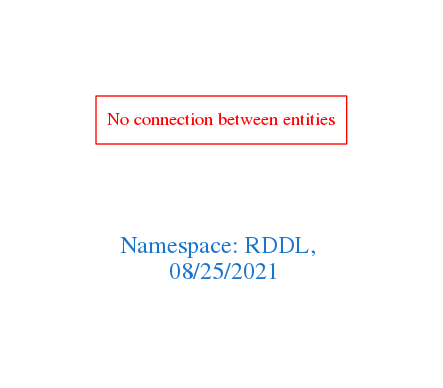
This is downloads/RDDL.png from arago/OGIT, a Graphviz export, as it was before one commit. Its source is kept beside it as downloads/RDDL.dot.
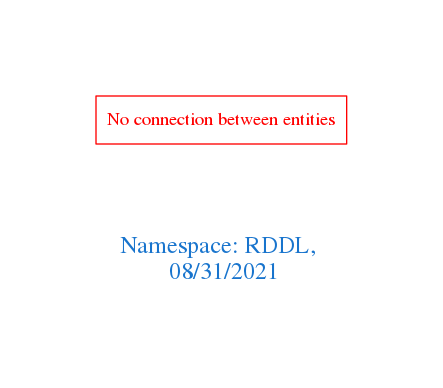
The same diagram one commit later.

The edit, as a diff of the source:
```diff
@@ -1,7 +1,7 @@
 digraph OGIT_ontology {
  graph [ rankdir= LR,pad=1
 fontsize = 18,
-fontcolor= dodgerblue3,label = "\n\n\nNamespace: RDDL, \n 08/25/2021"];
+fontcolor= dodgerblue3,label = "\n\n\nNamespace: RDDL, \n 08/31/2021"];
 node[shape=polygon];
 edge [  color="gray81"];
 
```
